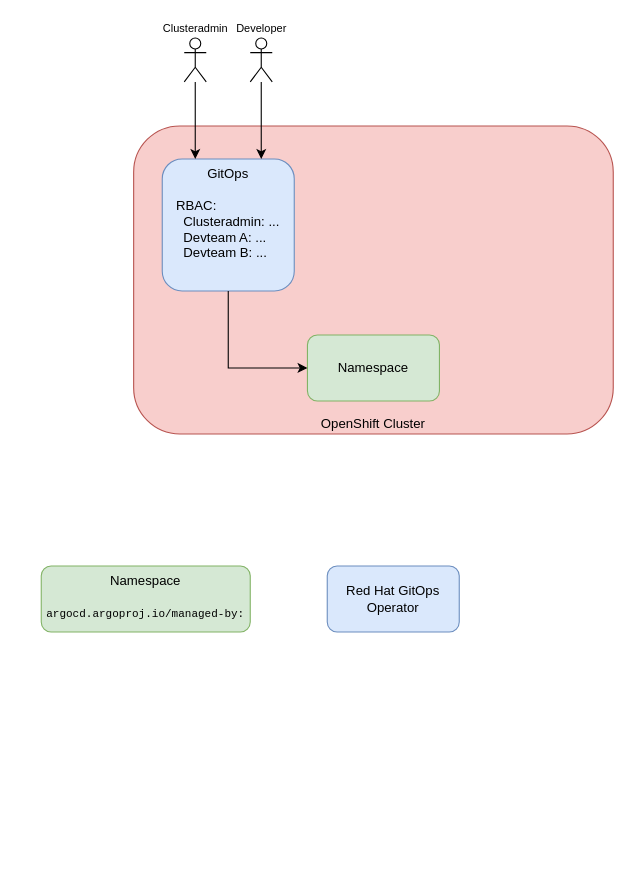
The draw.io diagram page "Berechtigungsprozess" (2 of 2) of pictures/oneargo.drawio in saschasgit/rh-gitops_and_namespaces, before the edit. Source tidied: cells renumbered, new cells numbered last; positions are measured from the earlier drawing's top-left corner, leaving out a move shared by most shapes. Both pictures are drawn from the tidied source at 110%, with x=0, y=0 at pixel (41, 37).
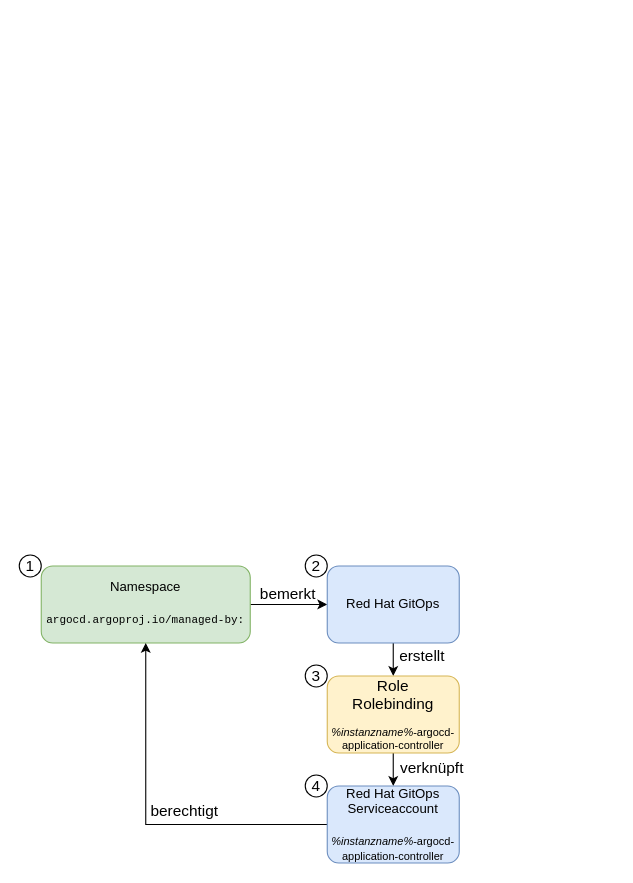
The same diagram, later.

Change to the diagram source:
```diff
@@
-    <mxCell id="2" value="OpenShift Cluster" style="rounded=1;whiteSpace=wrap;html=1;fillColor=#f8cecc;strokeColor=#b85450;labelPosition=center;verticalLabelPosition=middle;align=center;verticalAlign=bottom;" parent="1" vertex="1">
-      <mxGeometry x="84" y="80" width="436" height="280" as="geometry" />
-    </mxCell>
-    <mxCell id="3" value="Namespace" style="rounded=1;whiteSpace=wrap;html=1;fillColor=#d5e8d4;strokeColor=#82b366;" parent="1" vertex="1">
-      <mxGeometry x="242" y="270" width="120" height="60" as="geometry" />
-    </mxCell>
-    <mxCell id="4" value="GitOps&lt;br&gt;&lt;br&gt;&lt;div style=&quot;text-align: left;&quot;&gt;&lt;span style=&quot;background-color: initial;&quot;&gt;RBAC:&lt;/span&gt;&lt;/div&gt;&lt;div style=&quot;text-align: left;&quot;&gt;&lt;span style=&quot;background-color: initial;&quot;&gt;&amp;nbsp; Clusteradmin: ...&lt;/span&gt;&lt;/div&gt;&lt;div style=&quot;text-align: left;&quot;&gt;&lt;span style=&quot;background-color: initial;&quot;&gt;&amp;nbsp; Devteam A: ...&lt;/span&gt;&lt;/div&gt;&lt;div style=&quot;text-align: left;&quot;&gt;&lt;span style=&quot;background-color: initial;&quot;&gt;&amp;nbsp; Devteam B: ...&lt;/span&gt;&lt;/div&gt;" style="rounded=1;whiteSpace=wrap;html=1;fillColor=#dae8fc;strokeColor=#6c8ebf;verticalAlign=top;" parent="1" vertex="1">
-      <mxGeometry x="110" y="110" width="120" height="120" as="geometry" />
-    </mxCell>
-    <mxCell id="5" style="endArrow=classic;html=1;rounded=0;exitX=0.5;exitY=1;exitDx=0;exitDy=0;entryX=0;entryY=0.5;entryDx=0;entryDy=0;" parent="1" edge="1" source="4" target="3">
-      <mxGeometry relative="1" as="geometry">
-        <Array as="points">
-          <mxPoint x="170" y="300" />
-        </Array>
-      </mxGeometry>
-    </mxCell>
-    <mxCell id="6" style="edgeStyle=orthogonalEdgeStyle;rounded=0;jettySize=auto;html=1;entryX=0.25;entryY=0;entryDx=0;entryDy=0;" parent="1" edge="1" source="7" target="4">
-      <mxGeometry relative="1" as="geometry" />
-    </mxCell>
-    <mxCell id="7" value="&lt;font style=&quot;font-size: 10px;&quot;&gt;Clusteradmin&lt;/font&gt;" style="shape=umlActor;verticalLabelPosition=top;verticalAlign=bottom;html=1;outlineConnect=0;labelPosition=center;align=center;" parent="1" vertex="1">
-      <mxGeometry x="130" width="20" height="40" as="geometry" />
-    </mxCell>
-    <mxCell id="8" style="edgeStyle=orthogonalEdgeStyle;rounded=0;jettySize=auto;html=1;entryX=0.75;entryY=0;entryDx=0;entryDy=0;" parent="1" edge="1" source="9" target="4">
-      <mxGeometry relative="1" as="geometry" />
-    </mxCell>
-    <mxCell id="9" value="&lt;font style=&quot;font-size: 10px;&quot;&gt;Developer&lt;/font&gt;" style="shape=umlActor;verticalLabelPosition=top;verticalAlign=bottom;html=1;outlineConnect=0;labelPosition=center;align=center;" parent="1" vertex="1">
-      <mxGeometry x="190" width="20" height="40" as="geometry" />
-    </mxCell>
+    <mxCell id="12" style="edgeStyle=orthogonalEdgeStyle;rounded=0;jettySize=auto;html=1;fontFamily=Helvetica;fontSize=14;fontColor=#000000;" parent="1" edge="1" source="10" target="11">
+      <mxGeometry relative="1" as="geometry" />
+    </mxCell>
+    <mxCell id="13" value="bemerkt" style="edgeLabel;html=1;align=center;verticalAlign=middle;fontSize=14;fontFamily=Helvetica;fontColor=#000000;" parent="12" vertex="1">
+      <mxGeometry x="-0.7" relative="1" as="geometry">
+        <mxPoint x="22" y="-10" as="offset" />
+      </mxGeometry>
+    </mxCell>
     <mxCell id="10" value="Namespace&lt;br&gt;&lt;span style=&quot;color: rgba(0, 0, 0, 0); font-family: monospace; font-size: 0px; text-align: start;&quot;&gt;%3CmxGraphModel%3E%3Croot%3E%3CmxCell%20id%3D%220%22%2F%3E%3CmxCell%20id%3D%221%22%20parent%3D%220%22%2F%3E%3CmxCell%20id%3D%222%22%20value%3D%22Namespace%22%20style%3D%22rounded%3D1%3BwhiteSpace%3Dwrap%3Bhtml%3D1%3BfillColor%3D%23d5e8d4%3BstrokeColor%3D%2382b366%3B%22%20vertex%3D%221%22%20parent%3D%221%22%3E%3CmxGeometry%20x%3D%22302%22%20y%3D%22300%22%20width%3D%22120%22%20height%3D%2260%22%20as%3D%22geometry%22%2F%3E%3C%2FmxCell%3E%3C%2Froot%3E%3C%2FmxGraphModel%3E&lt;br&gt;&lt;/span&gt;&lt;div style=&quot;font-family: Consolas, &amp;quot;Courier New&amp;quot;, monospace; line-height: 19px;&quot;&gt;&lt;font style=&quot;font-size: 10px;&quot;&gt;argocd.argoproj.io/managed-by:&lt;/font&gt;&lt;/div&gt;" style="rounded=1;whiteSpace=wrap;html=1;fillColor=#d5e8d4;strokeColor=#82b366;" parent="1" vertex="1">
-      <mxGeometry y="480" width="190" height="60" as="geometry" />
+      <mxGeometry y="480" width="190" height="70" as="geometry" />
     </mxCell>
+    <mxCell id="14" style="edgeStyle=orthogonalEdgeStyle;rounded=0;jettySize=auto;html=1;fontFamily=Helvetica;fontSize=14;fontColor=#000000;" parent="1" edge="1" source="11" target="18">
+      <mxGeometry relative="1" as="geometry" />
+    </mxCell>
+    <mxCell id="15" value="erstellt" style="edgeLabel;html=1;align=center;verticalAlign=middle;fontSize=14;fontFamily=Helvetica;fontColor=#000000;" parent="14" vertex="1">
+      <mxGeometry x="-0.77" y="-1" relative="1" as="geometry">
+        <mxPoint x="26" y="5" as="offset" />
+      </mxGeometry>
+    </mxCell>
-    <mxCell id="11" value="Red Hat GitOps&lt;br&gt;Operator" style="rounded=1;whiteSpace=wrap;html=1;fillColor=#dae8fc;strokeColor=#6c8ebf;verticalAlign=middle;" parent="1" vertex="1">
-      <mxGeometry x="260" y="480" width="120" height="60" as="geometry" />
+    <mxCell id="11" value="Red Hat GitOps" style="rounded=1;whiteSpace=wrap;html=1;fillColor=#dae8fc;strokeColor=#6c8ebf;verticalAlign=middle;" parent="1" vertex="1">
+      <mxGeometry x="260" y="480" width="120" height="70" as="geometry" />
     </mxCell>
+    <mxCell id="16" style="edgeStyle=orthogonalEdgeStyle;rounded=0;jettySize=auto;html=1;fontFamily=Helvetica;fontSize=14;fontColor=#000000;" parent="1" edge="1" source="18" target="21">
+      <mxGeometry relative="1" as="geometry" />
+    </mxCell>
+    <mxCell id="17" value="verknüpft" style="edgeLabel;html=1;align=center;verticalAlign=middle;fontSize=14;fontFamily=Helvetica;fontColor=#000000;" parent="16" vertex="1">
+      <mxGeometry x="-0.72" y="-1" relative="1" as="geometry">
+        <mxPoint x="35" y="6" as="offset" />
+      </mxGeometry>
+    </mxCell>
+    <mxCell id="18" value="&lt;font style=&quot;font-size: 14px;&quot;&gt;Role&lt;br&gt;Rolebinding&lt;br&gt;&lt;/font&gt;&lt;br&gt;&lt;i&gt;%instanzname%&lt;/i&gt;&lt;font style=&quot;font-size: 10px;&quot;&gt;-argocd-application-controller&lt;/font&gt;" style="rounded=1;whiteSpace=wrap;html=1;labelBackgroundColor=none;fontSize=10;fillColor=#fff2cc;strokeColor=#d6b656;" parent="1" vertex="1">
+      <mxGeometry x="260" y="580" width="120" height="70" as="geometry" />
+    </mxCell>
+    <mxCell id="19" style="edgeStyle=orthogonalEdgeStyle;rounded=0;jettySize=auto;html=1;fontFamily=Helvetica;fontSize=14;fontColor=#000000;entryX=0.5;entryY=1;entryDx=0;entryDy=0;" parent="1" edge="1" source="21" target="10">
+      <mxGeometry relative="1" as="geometry" />
+    </mxCell>
+    <mxCell id="20" value="berechtigt" style="edgeLabel;html=1;align=center;verticalAlign=middle;fontSize=14;fontFamily=Helvetica;fontColor=#000000;" parent="19" vertex="1">
+      <mxGeometry x="0.36" y="1" relative="1" as="geometry">
+        <mxPoint x="35" y="46" as="offset" />
+      </mxGeometry>
+    </mxCell>
+    <mxCell id="21" value="Red Hat GitOps&lt;br&gt;Serviceaccount&lt;br&gt;&lt;br&gt;&lt;i style=&quot;font-size: 10px;&quot;&gt;%instanzname%&lt;/i&gt;&lt;font style=&quot;font-size: 10px;&quot;&gt;-argocd-application-controller&lt;/font&gt;" style="rounded=1;whiteSpace=wrap;html=1;fillColor=#dae8fc;strokeColor=#6c8ebf;verticalAlign=middle;" parent="1" vertex="1">
+      <mxGeometry x="260" y="680" width="120" height="70" as="geometry" />
+    </mxCell>
+    <mxCell id="22" value="1" style="ellipse;whiteSpace=wrap;html=1;labelBackgroundColor=none;fontFamily=Helvetica;fontSize=14;" parent="1" vertex="1">
+      <mxGeometry x="-20" y="470" width="20" height="20" as="geometry" />
+    </mxCell>
+    <mxCell id="23" value="2" style="ellipse;whiteSpace=wrap;html=1;labelBackgroundColor=none;fontFamily=Helvetica;fontSize=14;" parent="1" vertex="1">
+      <mxGeometry x="240" y="470" width="20" height="20" as="geometry" />
+    </mxCell>
+    <mxCell id="24" value="3" style="ellipse;whiteSpace=wrap;html=1;labelBackgroundColor=none;fontFamily=Helvetica;fontSize=14;" parent="1" vertex="1">
+      <mxGeometry x="240" y="570" width="20" height="20" as="geometry" />
+    </mxCell>
+    <mxCell id="25" value="4" style="ellipse;whiteSpace=wrap;html=1;labelBackgroundColor=none;fontFamily=Helvetica;fontSize=14;" parent="1" vertex="1">
+      <mxGeometry x="240" y="670" width="20" height="20" as="geometry" />
+    </mxCell>
```
